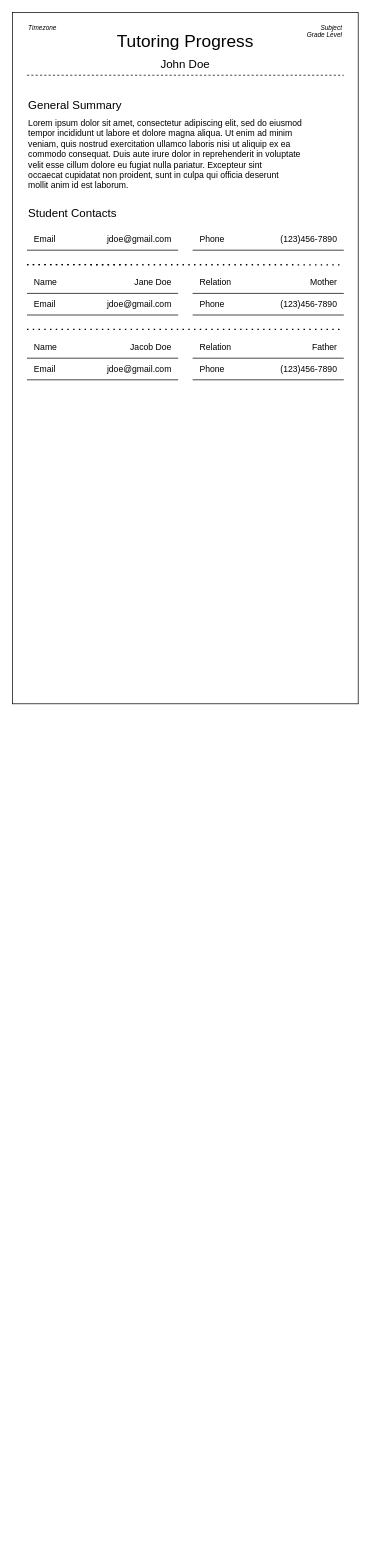
This is StudentRecords.drawio from frqubit/diagrams, a draw.io file, before an edit. Source tidied: cells renumbered, new cells numbered last; positions are measured from the earlier drawing's top-left corner, leaving out a move shared by most shapes. Both pictures are drawn from the tidied source at 72%, with x=0, y=0 at pixel (12, 12).
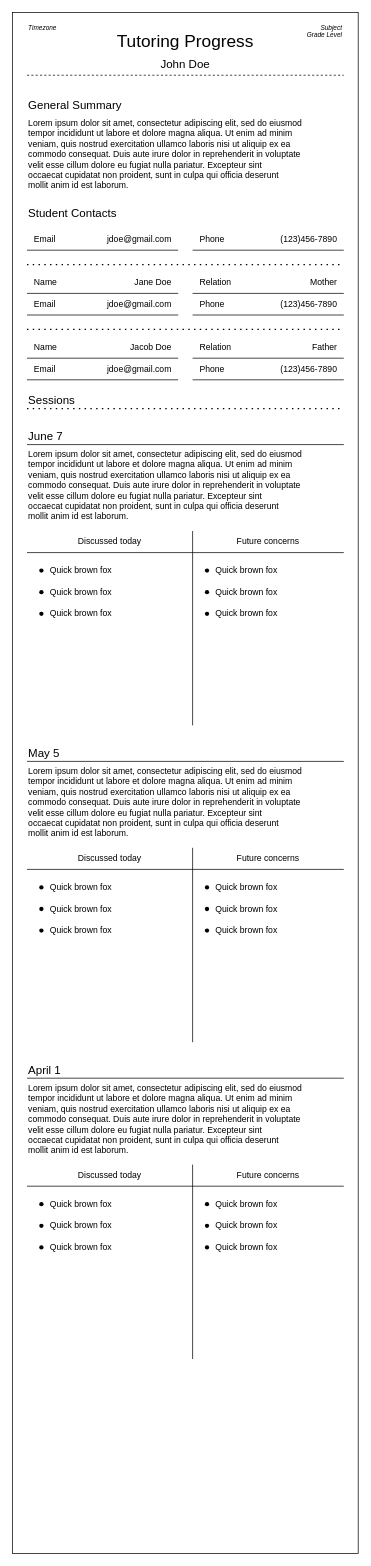
Above is the later version.

Unchanged cells that the change refers to:
```xml
<mxCell id="23" style="group;" parent="1" vertex="1">
  <mxGeometry x="20" y="350" width="440" height="70" as="geometry" />
</mxCell>
```

Change to the diagram source:
```diff
@@
     <mxCell id="2" style="rounded=0;whiteSpace=wrap;html=1;" parent="1" vertex="1">
-      <mxGeometry width="480" height="960" as="geometry" />
+      <mxGeometry width="480" height="2140" as="geometry" />
     </mxCell>
@@
     <mxCell id="13" style="endArrow=none;dashed=1;html=1;dashPattern=1 3;strokeWidth=2;rounded=0;" parent="1" edge="1">
       <mxGeometry relative="1" as="geometry">
         <mxPoint x="20" y="350" as="sourcePoint" />
-        <mxPoint x="160" y="350" as="targetPoint" />
+        <mxPoint x="460" y="350" as="targetPoint" />
       </mxGeometry>
     </mxCell>
@@
-    <mxCell id="33" style="endArrow=none;dashed=1;html=1;dashPattern=1 3;strokeWidth=2;rounded=0;entryX=0.958;entryY=0.365;entryDx=0;entryDy=0;entryPerimeter=0;" parent="23" edge="1" target="2">
-      <mxGeometry relative="1" as="geometry">
-        <mxPoint as="sourcePoint" />
-      </mxGeometry>
-    </mxCell>
@@
+    <mxCell id="63" value="&lt;div&gt;Sessions&lt;br&gt;&lt;/div&gt;" style="text;html=1;align=left;verticalAlign=bottom;whiteSpace=wrap;rounded=0;strokeColor=none;dashed=1;fontSize=16;" parent="1" vertex="1">
+      <mxGeometry x="20" y="520" width="440" height="30" as="geometry" />
+    </mxCell>
+    <mxCell id="64" style="group;" parent="1" vertex="1">
+      <mxGeometry x="20" y="570" width="440" height="420" as="geometry" />
+    </mxCell>
+    <mxCell id="65" value="June 7" style="text;html=1;align=left;verticalAlign=bottom;whiteSpace=wrap;rounded=0;strokeColor=none;dashed=1;fontSize=16;" parent="64" vertex="1">
+      <mxGeometry width="440" height="30" as="geometry" />
+    </mxCell>
+    <mxCell id="66" style="endArrow=none;html=1;rounded=0;exitX=0;exitY=1;exitDx=0;exitDy=0;entryX=1;entryY=1;entryDx=0;entryDy=0;" parent="64" edge="1" source="65" target="65">
+      <mxGeometry relative="1" as="geometry" />
+    </mxCell>
+    <mxCell id="67" value="Lorem ipsum dolor sit amet, consectetur adipiscing elit, sed do eiusmod &lt;br/&gt;tempor incididunt ut labore et dolore magna aliqua. Ut enim ad minim &lt;br/&gt;veniam, quis nostrud exercitation ullamco laboris nisi ut aliquip ex ea &lt;br/&gt;commodo consequat. Duis aute irure dolor in reprehenderit in voluptate &lt;br/&gt;velit esse cillum dolore eu fugiat nulla pariatur. Excepteur sint &lt;br/&gt;occaecat cupidatat non proident, sunt in culpa qui officia deserunt &lt;br/&gt;mollit anim id est laborum." style="text;html=1;align=left;verticalAlign=top;whiteSpace=wrap;rounded=0;" parent="64" vertex="1">
+      <mxGeometry y="30" width="440" height="110" as="geometry" />
+    </mxCell>
+    <mxCell id="68" value="Discussed today" style="text;html=1;align=center;verticalAlign=middle;whiteSpace=wrap;rounded=0;" parent="64" vertex="1">
+      <mxGeometry y="150" width="230" height="30" as="geometry" />
+    </mxCell>
+    <mxCell id="69" value="Future concerns" style="text;html=1;align=center;verticalAlign=middle;whiteSpace=wrap;rounded=0;" parent="64" vertex="1">
+      <mxGeometry x="230" y="150" width="210" height="30" as="geometry" />
+    </mxCell>
+    <mxCell id="70" style="endArrow=none;html=1;rounded=0;exitX=0;exitY=1;exitDx=0;exitDy=0;entryX=1;entryY=1;entryDx=0;entryDy=0;" parent="64" edge="1" source="68" target="69">
+      <mxGeometry relative="1" as="geometry" />
+    </mxCell>
+    <mxCell id="71" style="endArrow=none;html=1;rounded=0;entryX=0;entryY=0;entryDx=0;entryDy=0;" parent="64" edge="1" target="69">
+      <mxGeometry relative="1" as="geometry">
+        <mxPoint x="230" y="420" as="sourcePoint" />
+      </mxGeometry>
+    </mxCell>
+    <mxCell id="72" style="group;" parent="64" vertex="1">
+      <mxGeometry x="10" y="190" width="130" height="30" as="geometry" />
+    </mxCell>
+    <mxCell id="73" style="shape=waypoint;sketch=0;fillStyle=solid;size=6;fillColor=none;perimeter=centerPerimeter;" parent="72" vertex="1">
+      <mxGeometry y="5" width="20" height="20" as="geometry" />
+    </mxCell>
+    <mxCell id="74" value="Quick brown fox" style="text;html=1;align=left;verticalAlign=middle;whiteSpace=wrap;rounded=0;" parent="72" vertex="1">
+      <mxGeometry x="20" width="110" height="30" as="geometry" />
+    </mxCell>
+    <mxCell id="75" style="group;" parent="64" vertex="1">
+      <mxGeometry x="10" y="220" width="130" height="30" as="geometry" />
+    </mxCell>
+    <mxCell id="76" style="shape=waypoint;sketch=0;fillStyle=solid;size=6;fillColor=none;perimeter=centerPerimeter;" parent="75" vertex="1">
+      <mxGeometry y="5" width="20" height="20" as="geometry" />
+    </mxCell>
+    <mxCell id="77" value="Quick brown fox" style="text;html=1;align=left;verticalAlign=middle;whiteSpace=wrap;rounded=0;" parent="75" vertex="1">
+      <mxGeometry x="20" width="110" height="30" as="geometry" />
+    </mxCell>
+    <mxCell id="78" style="group;" parent="64" vertex="1">
+      <mxGeometry x="10" y="250" width="130" height="30" as="geometry" />
+    </mxCell>
+    <mxCell id="79" style="shape=waypoint;sketch=0;fillStyle=solid;size=6;fillColor=none;perimeter=centerPerimeter;" parent="78" vertex="1">
+      <mxGeometry y="5" width="20" height="20" as="geometry" />
+    </mxCell>
+    <mxCell id="80" value="Quick brown fox" style="text;html=1;align=left;verticalAlign=middle;whiteSpace=wrap;rounded=0;" parent="78" vertex="1">
+      <mxGeometry x="20" width="110" height="30" as="geometry" />
+    </mxCell>
+    <mxCell id="81" style="group;" parent="64" vertex="1">
+      <mxGeometry x="240" y="190" width="130" height="30" as="geometry" />
+    </mxCell>
+    <mxCell id="82" style="shape=waypoint;sketch=0;fillStyle=solid;size=6;fillColor=none;perimeter=centerPerimeter;" parent="81" vertex="1">
+      <mxGeometry y="5" width="20" height="20" as="geometry" />
+    </mxCell>
+    <mxCell id="83" value="Quick brown fox" style="text;html=1;align=left;verticalAlign=middle;whiteSpace=wrap;rounded=0;" parent="81" vertex="1">
+      <mxGeometry x="20" width="110" height="30" as="geometry" />
+    </mxCell>
+    <mxCell id="84" style="group;" parent="64" vertex="1">
+      <mxGeometry x="240" y="220" width="130" height="30" as="geometry" />
+    </mxCell>
+    <mxCell id="85" style="shape=waypoint;sketch=0;fillStyle=solid;size=6;fillColor=none;perimeter=centerPerimeter;" parent="84" vertex="1">
+      <mxGeometry y="5" width="20" height="20" as="geometry" />
+    </mxCell>
+    <mxCell id="86" value="Quick brown fox" style="text;html=1;align=left;verticalAlign=middle;whiteSpace=wrap;rounded=0;" parent="84" vertex="1">
+      <mxGeometry x="20" width="110" height="30" as="geometry" />
+    </mxCell>
+    <mxCell id="87" style="group;" parent="64" vertex="1">
+      <mxGeometry x="240" y="250" width="130" height="30" as="geometry" />
+    </mxCell>
+    <mxCell id="88" style="shape=waypoint;sketch=0;fillStyle=solid;size=6;fillColor=none;perimeter=centerPerimeter;" parent="87" vertex="1">
+      <mxGeometry y="5" width="20" height="20" as="geometry" />
+    </mxCell>
+    <mxCell id="89" value="Quick brown fox" style="text;html=1;align=left;verticalAlign=middle;whiteSpace=wrap;rounded=0;" parent="87" vertex="1">
+      <mxGeometry x="20" width="110" height="30" as="geometry" />
+    </mxCell>
+    <mxCell id="33" style="endArrow=none;dashed=1;html=1;dashPattern=1 3;strokeWidth=2;rounded=0;entryX=1;entryY=1;entryDx=0;entryDy=0;exitX=0;exitY=1;exitDx=0;exitDy=0;" parent="1" edge="1" source="63" target="63">
+      <mxGeometry relative="1" as="geometry" />
+    </mxCell>
+    <mxCell id="90" style="group;" parent="1" vertex="1">
+      <mxGeometry x="20" y="1010" width="440" height="420" as="geometry" />
+    </mxCell>
+    <mxCell id="91" value="May 5" style="text;html=1;align=left;verticalAlign=bottom;whiteSpace=wrap;rounded=0;strokeColor=none;dashed=1;fontSize=16;" parent="90" vertex="1">
+      <mxGeometry width="440" height="30" as="geometry" />
+    </mxCell>
+    <mxCell id="92" style="endArrow=none;html=1;rounded=0;exitX=0;exitY=1;exitDx=0;exitDy=0;entryX=1;entryY=1;entryDx=0;entryDy=0;" parent="90" edge="1" source="91" target="91">
+      <mxGeometry relative="1" as="geometry" />
+    </mxCell>
+    <mxCell id="93" value="Lorem ipsum dolor sit amet, consectetur adipiscing elit, sed do eiusmod &lt;br/&gt;tempor incididunt ut labore et dolore magna aliqua. Ut enim ad minim &lt;br/&gt;veniam, quis nostrud exercitation ullamco laboris nisi ut aliquip ex ea &lt;br/&gt;commodo consequat. Duis aute irure dolor in reprehenderit in voluptate &lt;br/&gt;velit esse cillum dolore eu fugiat nulla pariatur. Excepteur sint &lt;br/&gt;occaecat cupidatat non proident, sunt in culpa qui officia deserunt &lt;br/&gt;mollit anim id est laborum." style="text;html=1;align=left;verticalAlign=top;whiteSpace=wrap;rounded=0;" parent="90" vertex="1">
+      <mxGeometry y="30" width="440" height="110" as="geometry" />
+    </mxCell>
+    <mxCell id="94" value="Discussed today" style="text;html=1;align=center;verticalAlign=middle;whiteSpace=wrap;rounded=0;" parent="90" vertex="1">
+      <mxGeometry y="150" width="230" height="30" as="geometry" />
+    </mxCell>
+    <mxCell id="95" value="Future concerns" style="text;html=1;align=center;verticalAlign=middle;whiteSpace=wrap;rounded=0;" parent="90" vertex="1">
+      <mxGeometry x="230" y="150" width="210" height="30" as="geometry" />
+    </mxCell>
+    <mxCell id="96" style="endArrow=none;html=1;rounded=0;exitX=0;exitY=1;exitDx=0;exitDy=0;entryX=1;entryY=1;entryDx=0;entryDy=0;" parent="90" edge="1" source="94" target="95">
+      <mxGeometry relative="1" as="geometry" />
+    </mxCell>
+    <mxCell id="97" style="endArrow=none;html=1;rounded=0;entryX=0;entryY=0;entryDx=0;entryDy=0;" parent="90" edge="1" target="95">
+      <mxGeometry relative="1" as="geometry">
+        <mxPoint x="230" y="420" as="sourcePoint" />
+      </mxGeometry>
+    </mxCell>
+    <mxCell id="98" style="group;" parent="90" vertex="1">
+      <mxGeometry x="10" y="190" width="130" height="30" as="geometry" />
+    </mxCell>
+    <mxCell id="99" style="shape=waypoint;sketch=0;fillStyle=solid;size=6;fillColor=none;perimeter=centerPerimeter;" parent="98" vertex="1">
+      <mxGeometry y="5" width="20" height="20" as="geometry" />
+    </mxCell>
+    <mxCell id="100" value="Quick brown fox" style="text;html=1;align=left;verticalAlign=middle;whiteSpace=wrap;rounded=0;" parent="98" vertex="1">
+      <mxGeometry x="20" width="110" height="30" as="geometry" />
+    </mxCell>
+    <mxCell id="101" style="group;" parent="90" vertex="1">
+      <mxGeometry x="10" y="220" width="130" height="30" as="geometry" />
+    </mxCell>
+    <mxCell id="102" style="shape=waypoint;sketch=0;fillStyle=solid;size=6;fillColor=none;perimeter=centerPerimeter;" parent="101" vertex="1">
+      <mxGeometry y="5" width="20" height="20" as="geometry" />
+    </mxCell>
+    <mxCell id="103" value="Quick brown fox" style="text;html=1;align=left;verticalAlign=middle;whiteSpace=wrap;rounded=0;" parent="101" vertex="1">
+      <mxGeometry x="20" width="110" height="30" as="geometry" />
+    </mxCell>
+    <mxCell id="104" style="group;" parent="90" vertex="1">
+      <mxGeometry x="10" y="250" width="130" height="30" as="geometry" />
+    </mxCell>
+    <mxCell id="105" style="shape=waypoint;sketch=0;fillStyle=solid;size=6;fillColor=none;perimeter=centerPerimeter;" parent="104" vertex="1">
+      <mxGeometry y="5" width="20" height="20" as="geometry" />
+    </mxCell>
+    <mxCell id="106" value="Quick brown fox" style="text;html=1;align=left;verticalAlign=middle;whiteSpace=wrap;rounded=0;" parent="104" vertex="1">
+      <mxGeometry x="20" width="110" height="30" as="geometry" />
+    </mxCell>
+    <mxCell id="107" style="group;" parent="90" vertex="1">
+      <mxGeometry x="240" y="190" width="130" height="30" as="geometry" />
+    </mxCell>
+    <mxCell id="108" style="shape=waypoint;sketch=0;fillStyle=solid;size=6;fillColor=none;perimeter=centerPerimeter;" parent="107" vertex="1">
+      <mxGeometry y="5" width="20" height="20" as="geometry" />
+    </mxCell>
+    <mxCell id="109" value="Quick brown fox" style="text;html=1;align=left;verticalAlign=middle;whiteSpace=wrap;rounded=0;" parent="107" vertex="1">
+      <mxGeometry x="20" width="110" height="30" as="geometry" />
+    </mxCell>
+    <mxCell id="110" style="group;" parent="90" vertex="1">
+      <mxGeometry x="240" y="220" width="130" height="30" as="geometry" />
+    </mxCell>
+    <mxCell id="111" style="shape=waypoint;sketch=0;fillStyle=solid;size=6;fillColor=none;perimeter=centerPerimeter;" parent="110" vertex="1">
+      <mxGeometry y="5" width="20" height="20" as="geometry" />
+    </mxCell>
+    <mxCell id="112" value="Quick brown fox" style="text;html=1;align=left;verticalAlign=middle;whiteSpace=wrap;rounded=0;" parent="110" vertex="1">
+      <mxGeometry x="20" width="110" height="30" as="geometry" />
+    </mxCell>
+    <mxCell id="113" style="group;" parent="90" vertex="1">
+      <mxGeometry x="240" y="250" width="130" height="30" as="geometry" />
+    </mxCell>
+    <mxCell id="114" style="shape=waypoint;sketch=0;fillStyle=solid;size=6;fillColor=none;perimeter=centerPerimeter;" parent="113" vertex="1">
+      <mxGeometry y="5" width="20" height="20" as="geometry" />
+    </mxCell>
+    <mxCell id="115" value="Quick brown fox" style="text;html=1;align=left;verticalAlign=middle;whiteSpace=wrap;rounded=0;" parent="113" vertex="1">
+      <mxGeometry x="20" width="110" height="30" as="geometry" />
+    </mxCell>
+    <mxCell id="116" style="group;" parent="1" vertex="1">
+      <mxGeometry x="20" y="1450" width="440" height="420" as="geometry" />
+    </mxCell>
+    <mxCell id="117" value="&lt;div&gt;April 1&lt;/div&gt;" style="text;html=1;align=left;verticalAlign=bottom;whiteSpace=wrap;rounded=0;strokeColor=none;dashed=1;fontSize=16;" parent="116" vertex="1">
+      <mxGeometry width="440" height="30" as="geometry" />
+    </mxCell>
+    <mxCell id="118" style="endArrow=none;html=1;rounded=0;exitX=0;exitY=1;exitDx=0;exitDy=0;entryX=1;entryY=1;entryDx=0;entryDy=0;" parent="116" edge="1" source="117" target="117">
+      <mxGeometry relative="1" as="geometry" />
+    </mxCell>
+    <mxCell id="119" value="Lorem ipsum dolor sit amet, consectetur adipiscing elit, sed do eiusmod &lt;br/&gt;tempor incididunt ut labore et dolore magna aliqua. Ut enim ad minim &lt;br/&gt;veniam, quis nostrud exercitation ullamco laboris nisi ut aliquip ex ea &lt;br/&gt;commodo consequat. Duis aute irure dolor in reprehenderit in voluptate &lt;br/&gt;velit esse cillum dolore eu fugiat nulla pariatur. Excepteur sint &lt;br/&gt;occaecat cupidatat non proident, sunt in culpa qui officia deserunt &lt;br/&gt;mollit anim id est laborum." style="text;html=1;align=left;verticalAlign=top;whiteSpace=wrap;rounded=0;" parent="116" vertex="1">
+      <mxGeometry y="30" width="440" height="110" as="geometry" />
+    </mxCell>
+    <mxCell id="120" value="Discussed today" style="text;html=1;align=center;verticalAlign=middle;whiteSpace=wrap;rounded=0;" parent="116" vertex="1">
+      <mxGeometry y="150" width="230" height="30" as="geometry" />
+    </mxCell>
+    <mxCell id="121" value="Future concerns" style="text;html=1;align=center;verticalAlign=middle;whiteSpace=wrap;rounded=0;" parent="116" vertex="1">
+      <mxGeometry x="230" y="150" width="210" height="30" as="geometry" />
+    </mxCell>
+    <mxCell id="122" style="endArrow=none;html=1;rounded=0;exitX=0;exitY=1;exitDx=0;exitDy=0;entryX=1;entryY=1;entryDx=0;entryDy=0;" parent="116" edge="1" source="120" target="121">
+      <mxGeometry relative="1" as="geometry" />
+    </mxCell>
+    <mxCell id="123" style="endArrow=none;html=1;rounded=0;entryX=0;entryY=0;entryDx=0;entryDy=0;" parent="116" edge="1" target="121">
+      <mxGeometry relative="1" as="geometry">
+        <mxPoint x="230" y="420" as="sourcePoint" />
+      </mxGeometry>
+    </mxCell>
+    <mxCell id="124" style="group;" parent="116" vertex="1">
+      <mxGeometry x="10" y="190" width="130" height="30" as="geometry" />
+    </mxCell>
+    <mxCell id="125" style="shape=waypoint;sketch=0;fillStyle=solid;size=6;fillColor=none;perimeter=centerPerimeter;" parent="124" vertex="1">
+      <mxGeometry y="5" width="20" height="20" as="geometry" />
+    </mxCell>
+    <mxCell id="126" value="Quick brown fox" style="text;html=1;align=left;verticalAlign=middle;whiteSpace=wrap;rounded=0;" parent="124" vertex="1">
+      <mxGeometry x="20" width="110" height="30" as="geometry" />
+    </mxCell>
+    <mxCell id="127" style="group;" parent="116" vertex="1">
+      <mxGeometry x="10" y="220" width="130" height="30" as="geometry" />
+    </mxCell>
+    <mxCell id="128" style="shape=waypoint;sketch=0;fillStyle=solid;size=6;fillColor=none;perimeter=centerPerimeter;" parent="127" vertex="1">
+      <mxGeometry y="5" width="20" height="20" as="geometry" />
+    </mxCell>
+    <mxCell id="129" value="Quick brown fox" style="text;html=1;align=left;verticalAlign=middle;whiteSpace=wrap;rounded=0;" parent="127" vertex="1">
+      <mxGeometry x="20" width="110" height="30" as="geometry" />
+    </mxCell>
+    <mxCell id="130" style="group;" parent="116" vertex="1">
+      <mxGeometry x="10" y="250" width="130" height="30" as="geometry" />
+    </mxCell>
+    <mxCell id="131" style="shape=waypoint;sketch=0;fillStyle=solid;size=6;fillColor=none;perimeter=centerPerimeter;" parent="130" vertex="1">
+      <mxGeometry y="5" width="20" height="20" as="geometry" />
+    </mxCell>
+    <mxCell id="132" value="Quick brown fox" style="text;html=1;align=left;verticalAlign=middle;whiteSpace=wrap;rounded=0;" parent="130" vertex="1">
+      <mxGeometry x="20" width="110" height="30" as="geometry" />
+    </mxCell>
+    <mxCell id="133" style="group;" parent="116" vertex="1">
+      <mxGeometry x="240" y="190" width="130" height="30" as="geometry" />
+    </mxCell>
+    <mxCell id="134" style="shape=waypoint;sketch=0;fillStyle=solid;size=6;fillColor=none;perimeter=centerPerimeter;" parent="133" vertex="1">
+      <mxGeometry y="5" width="20" height="20" as="geometry" />
+    </mxCell>
+    <mxCell id="135" value="Quick brown fox" style="text;html=1;align=left;verticalAlign=middle;whiteSpace=wrap;rounded=0;" parent="133" vertex="1">
+      <mxGeometry x="20" width="110" height="30" as="geometry" />
+    </mxCell>
+    <mxCell id="136" style="group;" parent="116" vertex="1">
+      <mxGeometry x="240" y="220" width="130" height="30" as="geometry" />
+    </mxCell>
+    <mxCell id="137" style="shape=waypoint;sketch=0;fillStyle=solid;size=6;fillColor=none;perimeter=centerPerimeter;" parent="136" vertex="1">
+      <mxGeometry y="5" width="20" height="20" as="geometry" />
+    </mxCell>
+    <mxCell id="138" value="Quick brown fox" style="text;html=1;align=left;verticalAlign=middle;whiteSpace=wrap;rounded=0;" parent="136" vertex="1">
+      <mxGeometry x="20" width="110" height="30" as="geometry" />
+    </mxCell>
+    <mxCell id="139" style="group;" parent="116" vertex="1">
+      <mxGeometry x="240" y="250" width="130" height="30" as="geometry" />
+    </mxCell>
+    <mxCell id="140" style="shape=waypoint;sketch=0;fillStyle=solid;size=6;fillColor=none;perimeter=centerPerimeter;" parent="139" vertex="1">
+      <mxGeometry y="5" width="20" height="20" as="geometry" />
+    </mxCell>
+    <mxCell id="141" value="Quick brown fox" style="text;html=1;align=left;verticalAlign=middle;whiteSpace=wrap;rounded=0;" parent="139" vertex="1">
+      <mxGeometry x="20" width="110" height="30" as="geometry" />
+    </mxCell>
```
